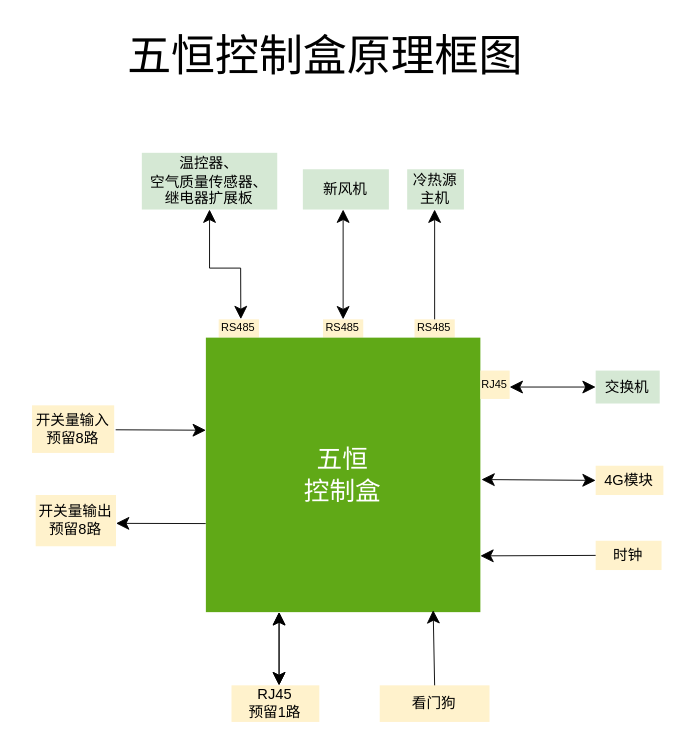
This is 空调需求原理框图.drawio from JohnNash23/test, a draw.io file, before an edit. Source tidied: cells renumbered, new cells numbered last; positions are measured from the earlier drawing's top-left corner, leaving out a move shared by most shapes. Both pictures are drawn from the tidied source at 183%, with x=0, y=0 at pixel (31, 35).
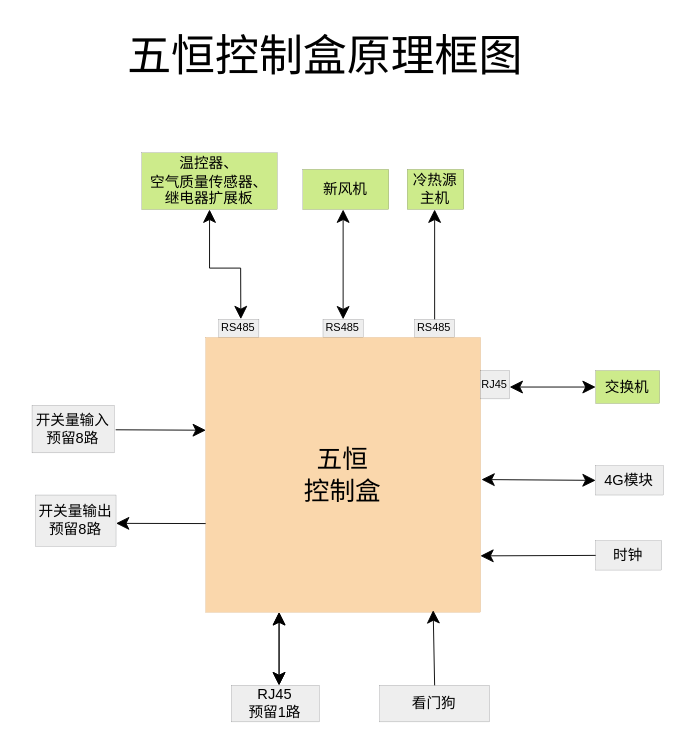
The same page after the edit.

Change to the diagram source:
```diff
@@
-    <mxCell id="2" value="&lt;font style=&quot;font-size: 6px;&quot;&gt;RS485&lt;/font&gt;" style="rounded=0;whiteSpace=wrap;html=1;strokeWidth=0.1;fontSize=6;fillColor=#fff2cc;strokeColor=none;" parent="1" vertex="1">
+    <mxCell id="2" value="&lt;font style=&quot;font-size: 6px;&quot;&gt;RS485&lt;/font&gt;" style="rounded=0;whiteSpace=wrap;html=1;strokeWidth=0.1;fontSize=6;fillColor=#eeeeee;strokeColor=#36393d;" parent="1" vertex="1">
       <mxGeometry x="102" y="155" width="22" height="10" as="geometry" />
     </mxCell>
-    <mxCell id="3" value="&lt;font style=&quot;font-size: 6px;&quot;&gt;RS485&lt;/font&gt;" style="rounded=0;whiteSpace=wrap;html=1;strokeWidth=0.1;fontSize=6;fillColor=#fff2cc;strokeColor=none;" parent="1" vertex="1">
+    <mxCell id="3" value="&lt;font style=&quot;font-size: 6px;&quot;&gt;RS485&lt;/font&gt;" style="rounded=0;whiteSpace=wrap;html=1;strokeWidth=0.1;fontSize=6;fillColor=#eeeeee;strokeColor=#36393d;" parent="1" vertex="1">
       <mxGeometry x="159" y="155" width="22" height="10" as="geometry" />
     </mxCell>
-    <mxCell id="4" value="&lt;font style=&quot;font-size: 6px;&quot;&gt;RS485&lt;/font&gt;" style="rounded=0;whiteSpace=wrap;html=1;strokeWidth=0.1;fontSize=6;fillColor=#fff2cc;strokeColor=none;" parent="1" vertex="1">
+    <mxCell id="4" value="&lt;font style=&quot;font-size: 6px;&quot;&gt;RS485&lt;/font&gt;" style="rounded=0;whiteSpace=wrap;html=1;strokeWidth=0.1;fontSize=6;fillColor=#eeeeee;strokeColor=#36393d;" parent="1" vertex="1">
       <mxGeometry x="209" y="155" width="22" height="10" as="geometry" />
     </mxCell>
-    <mxCell id="5" value="&lt;div style=&quot;font-size: 8px&quot;&gt;&lt;font style=&quot;font-size: 14px&quot;&gt;五恒&lt;/font&gt;&lt;/div&gt;&lt;div style=&quot;font-size: 8px&quot;&gt;&lt;font style=&quot;font-size: 14px&quot;&gt;控制盒&lt;/font&gt;&lt;/div&gt;" style="whiteSpace=wrap;html=1;strokeWidth=0.1;fontSize=8;fillColor=#60a917;fontColor=#ffffff;strokeColor=none;" parent="1" vertex="1">
+    <mxCell id="5" value="&lt;div style=&quot;font-size: 8px&quot;&gt;&lt;font style=&quot;font-size: 14px&quot;&gt;五恒&lt;/font&gt;&lt;/div&gt;&lt;div style=&quot;font-size: 8px&quot;&gt;&lt;font style=&quot;font-size: 14px&quot;&gt;控制盒&lt;/font&gt;&lt;/div&gt;" style="whiteSpace=wrap;html=1;strokeWidth=0.1;fontSize=8;fillColor=#fad7ac;strokeColor=#b46504;" parent="1" vertex="1">
       <mxGeometry x="95" y="165" width="150" height="150" as="geometry" />
     </mxCell>
@@
-    <mxCell id="7" value="&lt;div style=&quot;font-size: 8px;&quot;&gt;开关量输入&lt;/div&gt;&lt;div style=&quot;font-size: 8px;&quot;&gt;预留8路&lt;br style=&quot;font-size: 8px;&quot;&gt;&lt;/div&gt;" style="rounded=0;whiteSpace=wrap;html=1;strokeWidth=0.1;fontSize=8;fillColor=#fff2cc;strokeColor=none;" parent="1" vertex="1">
+    <mxCell id="7" value="&lt;div style=&quot;font-size: 8px;&quot;&gt;开关量输入&lt;/div&gt;&lt;div style=&quot;font-size: 8px;&quot;&gt;预留8路&lt;br style=&quot;font-size: 8px;&quot;&gt;&lt;/div&gt;" style="rounded=0;whiteSpace=wrap;html=1;strokeWidth=0.1;fontSize=8;fillColor=#eeeeee;strokeColor=#36393d;" parent="1" vertex="1">
       <mxGeometry y="202" width="44.9" height="26" as="geometry" />
     </mxCell>
-    <mxCell id="8" value="&lt;div style=&quot;font-size: 8px;&quot;&gt;开关量输出&lt;/div&gt;&lt;div style=&quot;font-size: 8px;&quot;&gt;预留8路&lt;br style=&quot;font-size: 8px;&quot;&gt;&lt;/div&gt;" style="rounded=0;whiteSpace=wrap;html=1;strokeWidth=0.1;fontSize=8;fillColor=#fff2cc;strokeColor=none;" parent="1" vertex="1">
+    <mxCell id="8" value="&lt;div style=&quot;font-size: 8px;&quot;&gt;开关量输出&lt;/div&gt;&lt;div style=&quot;font-size: 8px;&quot;&gt;预留8路&lt;br style=&quot;font-size: 8px;&quot;&gt;&lt;/div&gt;" style="rounded=0;whiteSpace=wrap;html=1;strokeWidth=0.1;fontSize=8;fillColor=#eeeeee;strokeColor=#36393d;" parent="1" vertex="1">
       <mxGeometry x="2" y="251" width="43.9" height="28" as="geometry" />
     </mxCell>
@@
-    <mxCell id="12" value="时钟" style="rounded=0;whiteSpace=wrap;html=1;strokeWidth=0.1;fontSize=8;fillColor=#fff2cc;strokeColor=none;" parent="1" vertex="1">
+    <mxCell id="12" value="时钟" style="rounded=0;whiteSpace=wrap;html=1;strokeWidth=0.1;fontSize=8;fillColor=#eeeeee;strokeColor=#36393d;" parent="1" vertex="1">
       <mxGeometry x="308" y="276" width="36" height="16" as="geometry" />
     </mxCell>
@@
-    <mxCell id="14" value="看门狗" style="rounded=0;whiteSpace=wrap;html=1;strokeWidth=0.1;fontSize=8;fillColor=#fff2cc;strokeColor=none;" parent="1" vertex="1">
+    <mxCell id="14" value="看门狗" style="rounded=0;whiteSpace=wrap;html=1;strokeWidth=0.1;fontSize=8;fillColor=#eeeeee;strokeColor=#36393d;" parent="1" vertex="1">
       <mxGeometry x="190" y="355" width="60" height="20" as="geometry" />
     </mxCell>
-    <mxCell id="15" value="交换机" style="rounded=0;whiteSpace=wrap;html=1;strokeWidth=0.1;fontSize=8;fillColor=#d5e8d4;strokeColor=none;" parent="1" vertex="1">
+    <mxCell id="15" value="交换机" style="rounded=0;whiteSpace=wrap;html=1;strokeWidth=0.1;fontSize=8;fillColor=#cdeb8b;strokeColor=#36393d;" parent="1" vertex="1">
       <mxGeometry x="308" y="183" width="35" height="18" as="geometry" />
     </mxCell>
-    <mxCell id="16" value="&lt;div style=&quot;font-size: 8px;&quot;&gt;RJ45&lt;/div&gt;&lt;div style=&quot;font-size: 8px;&quot;&gt;预留1路&lt;br style=&quot;font-size: 8px;&quot;&gt;&lt;/div&gt;" style="rounded=0;whiteSpace=wrap;html=1;strokeWidth=0.1;fontSize=8;fillColor=#fff2cc;strokeColor=none;" parent="1" vertex="1">
+    <mxCell id="16" value="&lt;div style=&quot;font-size: 8px;&quot;&gt;RJ45&lt;/div&gt;&lt;div style=&quot;font-size: 8px;&quot;&gt;预留1路&lt;br style=&quot;font-size: 8px;&quot;&gt;&lt;/div&gt;" style="rounded=0;whiteSpace=wrap;html=1;strokeWidth=0.1;fontSize=8;fillColor=#eeeeee;strokeColor=#36393d;" parent="1" vertex="1">
       <mxGeometry x="109" y="355" width="48" height="20" as="geometry" />
     </mxCell>
@@
-    <mxCell id="22" value="4G模块" style="rounded=0;whiteSpace=wrap;html=1;strokeWidth=0.1;fontSize=8;fillColor=#fff2cc;strokeColor=none;" parent="1" vertex="1">
+    <mxCell id="22" value="4G模块" style="rounded=0;whiteSpace=wrap;html=1;strokeWidth=0.1;fontSize=8;fillColor=#eeeeee;strokeColor=#36393d;" parent="1" vertex="1">
       <mxGeometry x="308" y="235" width="37" height="16" as="geometry" />
     </mxCell>
@@
-    <mxCell id="25" value="&lt;div&gt;温控器、&lt;/div&gt;&lt;div&gt;空气质量传感器、&lt;/div&gt;&lt;div&gt;继电器扩展板&lt;br&gt;&lt;/div&gt;" style="rounded=0;whiteSpace=wrap;html=1;strokeWidth=0.1;fontSize=8;fillColor=#d5e8d4;strokeColor=none;" parent="1" vertex="1">
+    <mxCell id="25" value="&lt;div&gt;温控器、&lt;/div&gt;&lt;div&gt;空气质量传感器、&lt;/div&gt;&lt;div&gt;继电器扩展板&lt;br&gt;&lt;/div&gt;" style="rounded=0;whiteSpace=wrap;html=1;strokeWidth=0.1;fontSize=8;fillColor=#cdeb8b;strokeColor=#36393d;" parent="1" vertex="1">
       <mxGeometry x="60" y="64" width="74" height="31" as="geometry" />
     </mxCell>
-    <mxCell id="26" value="&lt;div style=&quot;font-size: 8px&quot;&gt;新风机&lt;/div&gt;" style="rounded=0;whiteSpace=wrap;html=1;strokeWidth=0.1;fontSize=8;fillColor=#d5e8d4;strokeColor=none;" parent="1" vertex="1">
+    <mxCell id="26" value="&lt;div style=&quot;font-size: 8px&quot;&gt;新风机&lt;/div&gt;" style="rounded=0;whiteSpace=wrap;html=1;strokeWidth=0.1;fontSize=8;fillColor=#cdeb8b;strokeColor=#36393d;" parent="1" vertex="1">
       <mxGeometry x="148" y="73" width="47" height="22" as="geometry" />
     </mxCell>
-    <mxCell id="27" value="冷热源主机" style="rounded=0;whiteSpace=wrap;html=1;strokeWidth=0.1;fontSize=8;fillColor=#d5e8d4;strokeColor=none;" parent="1" vertex="1">
+    <mxCell id="27" value="冷热源主机" style="rounded=0;whiteSpace=wrap;html=1;strokeWidth=0.1;fontSize=8;fillColor=#cdeb8b;strokeColor=#36393d;" parent="1" vertex="1">
       <mxGeometry x="205" y="73" width="31" height="22" as="geometry" />
     </mxCell>
-    <mxCell id="28" value="&lt;div style=&quot;font-size: 6px;&quot;&gt;&lt;font style=&quot;font-size: 6px;&quot;&gt;RJ45&lt;/font&gt;&lt;/div&gt;" style="rounded=0;whiteSpace=wrap;html=1;strokeWidth=0.1;fontSize=6;fillColor=#fff2cc;strokeColor=none;" parent="1" vertex="1">
+    <mxCell id="28" value="&lt;div style=&quot;font-size: 6px;&quot;&gt;&lt;font style=&quot;font-size: 6px;&quot;&gt;RJ45&lt;/font&gt;&lt;/div&gt;" style="rounded=0;whiteSpace=wrap;html=1;strokeWidth=0.1;fontSize=6;fillColor=#eeeeee;strokeColor=#36393d;" parent="1" vertex="1">
       <mxGeometry x="245" y="183" width="16" height="15.5" as="geometry" />
     </mxCell>
```
